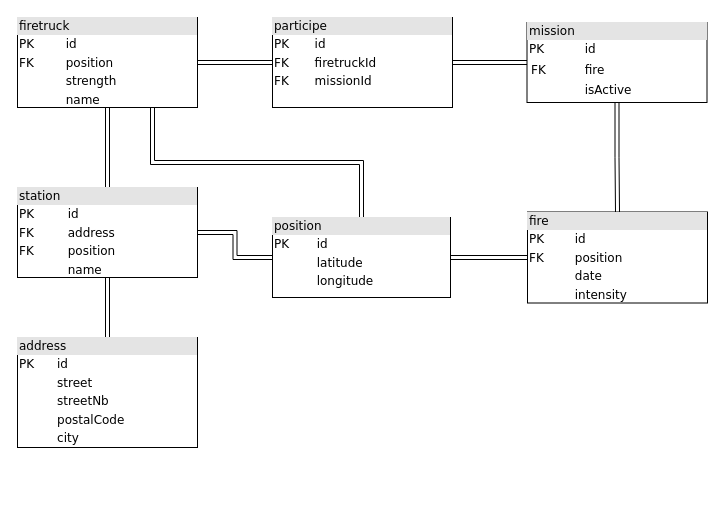
Before: docs/diagrams/diagramme_merise.drawio in saya-rbt/firecloud-monitor, a draw.io diagram. Source tidied: cells renumbered, new cells numbered last; positions are measured from the earlier drawing's top-left corner, leaving out a move shared by most shapes. Both pictures are drawn from the tidied source at 100%, with x=0, y=0 at pixel (17, 17).
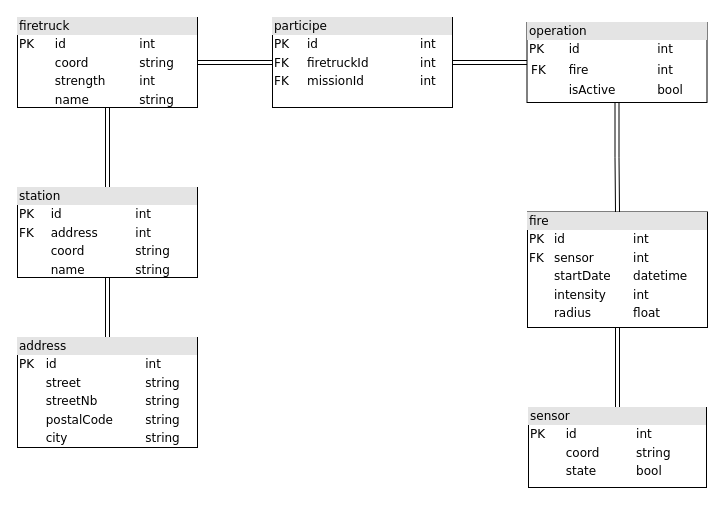
The same diagram, later.

Diff of the diagram source:
```diff
@@
 <mxGraphModel background="#ffffff">
   <root>
     <mxCell id="0" />
     <mxCell id="1" parent="0" />
     <mxCell id="2" style="edgeStyle=orthogonalEdgeStyle;shape=link;rounded=0;jettySize=auto;html=1;exitX=0.5;exitY=1;exitDx=0;exitDy=0;entryX=0.5;entryY=0;entryDx=0;entryDy=0;endArrow=none;endFill=0;" parent="1" edge="1" source="4" target="10">
       <mxGeometry relative="1" as="geometry" />
     </mxCell>
     <mxCell id="3" style="edgeStyle=orthogonalEdgeStyle;shape=link;rounded=0;jettySize=auto;html=1;exitX=1;exitY=0.5;exitDx=0;exitDy=0;entryX=0;entryY=0.5;entryDx=0;entryDy=0;endArrow=none;endFill=0;" parent="1" edge="1" source="4" target="16">
       <mxGeometry relative="1" as="geometry" />
     </mxCell>
-    <mxCell id="4" value="&lt;div style=&quot;box-sizing: border-box ; width: 100% ; background: #e4e4e4 ; padding: 2px&quot;&gt;firetruck&lt;br&gt;&lt;/div&gt;&lt;table style=&quot;width: 100% ; font-size: 1em&quot; cellspacing=&quot;0&quot; cellpadding=&quot;2&quot;&gt;&lt;tbody&gt;&lt;tr&gt;&lt;td&gt;PK&lt;/td&gt;&lt;td&gt;id&lt;/td&gt;&lt;/tr&gt;&lt;tr&gt;&lt;td&gt;FK&lt;/td&gt;&lt;td&gt;position&lt;/td&gt;&lt;/tr&gt;&lt;tr&gt;&lt;td&gt;&lt;br&gt;&lt;/td&gt;&lt;td&gt;strength&lt;/td&gt;&lt;/tr&gt;&lt;tr&gt;&lt;td&gt;&lt;br&gt;&lt;/td&gt;&lt;td&gt;name&lt;/td&gt;&lt;/tr&gt;&lt;/tbody&gt;&lt;/table&gt;" style="verticalAlign=top;align=left;overflow=fill;html=1;rounded=0;shadow=0;comic=0;labelBackgroundColor=none;strokeWidth=1;fontFamily=Verdana;fontSize=12;" parent="1" vertex="1">
+    <mxCell id="4" value="&lt;div style=&quot;box-sizing: border-box ; width: 100% ; background: #e4e4e4 ; padding: 2px&quot;&gt;firetruck&lt;br&gt;&lt;/div&gt;&lt;table style=&quot;width: 100% ; font-size: 1em&quot; cellspacing=&quot;0&quot; cellpadding=&quot;2&quot;&gt;&lt;tbody&gt;&lt;tr&gt;&lt;td&gt;PK&lt;/td&gt;&lt;td&gt;&lt;br&gt;&lt;/td&gt;&lt;td&gt;id&lt;/td&gt;&lt;td&gt;int&lt;/td&gt;&lt;/tr&gt;&lt;tr&gt;&lt;td&gt;&lt;br&gt;&lt;/td&gt;&lt;td&gt;&lt;br&gt;&lt;/td&gt;&lt;td&gt;coord&lt;/td&gt;&lt;td&gt;string&lt;/td&gt;&lt;/tr&gt;&lt;tr&gt;&lt;td&gt;&lt;br&gt;&lt;/td&gt;&lt;td&gt;&lt;br&gt;&lt;/td&gt;&lt;td&gt;strength&lt;/td&gt;&lt;td&gt;int&lt;/td&gt;&lt;/tr&gt;&lt;tr&gt;&lt;td&gt;&lt;br&gt;&lt;/td&gt;&lt;td&gt;&lt;br&gt;&lt;/td&gt;&lt;td&gt;name&lt;/td&gt;&lt;td&gt;string&lt;/td&gt;&lt;/tr&gt;&lt;/tbody&gt;&lt;/table&gt;" style="verticalAlign=top;align=left;overflow=fill;html=1;rounded=0;shadow=0;comic=0;labelBackgroundColor=none;strokeWidth=1;fontFamily=Verdana;fontSize=12;" parent="1" vertex="1">
       <mxGeometry width="180" height="90" as="geometry" />
     </mxCell>
     <mxCell id="5" style="edgeStyle=orthogonalEdgeStyle;shape=link;rounded=0;jettySize=auto;html=1;exitX=0.5;exitY=1;exitDx=0;exitDy=0;entryX=0.5;entryY=0;entryDx=0;entryDy=0;endArrow=none;endFill=0;" parent="1" edge="1" source="6" target="11">
       <mxGeometry relative="1" as="geometry" />
     </mxCell>
-    <mxCell id="6" value="&lt;div style=&quot;box-sizing: border-box ; width: 100% ; background: #e4e4e4 ; padding: 2px&quot;&gt;mission&lt;br&gt;&lt;/div&gt;&lt;table style=&quot;width: 100% ; font-size: 1em&quot; cellspacing=&quot;0&quot; cellpadding=&quot;2&quot;&gt;&lt;tbody&gt;&lt;tr&gt;&lt;td&gt;PK&lt;/td&gt;&lt;td&gt;id&lt;/td&gt;&lt;/tr&gt;&lt;tr&gt;&lt;td&gt;&lt;table cellspacing=&quot;0&quot; cellpadding=&quot;2&quot;&gt;&lt;tbody&gt;&lt;tr&gt;&lt;td&gt;FK&lt;/td&gt;&lt;/tr&gt;&lt;/tbody&gt;&lt;/table&gt;&lt;/td&gt;&lt;td&gt;fire&lt;/td&gt;&lt;/tr&gt;&lt;tr&gt;&lt;td&gt;&lt;br&gt;&lt;/td&gt;&lt;td&gt;isActive&lt;br&gt;&lt;/td&gt;&lt;/tr&gt;&lt;/tbody&gt;&lt;/table&gt;" style="verticalAlign=top;align=left;overflow=fill;html=1;rounded=0;shadow=0;comic=0;labelBackgroundColor=none;strokeWidth=1;fontFamily=Verdana;fontSize=12;" parent="1" vertex="1">
+    <mxCell id="6" value="&lt;div style=&quot;box-sizing: border-box ; width: 100% ; background: #e4e4e4 ; padding: 2px&quot;&gt;operation&lt;br&gt;&lt;/div&gt;&lt;table style=&quot;width: 100% ; font-size: 1em&quot; cellspacing=&quot;0&quot; cellpadding=&quot;2&quot;&gt;&lt;tbody&gt;&lt;tr&gt;&lt;td&gt;PK&lt;/td&gt;&lt;td&gt;id&lt;/td&gt;&lt;td&gt;int&lt;/td&gt;&lt;/tr&gt;&lt;tr&gt;&lt;td&gt;&lt;table cellspacing=&quot;0&quot; cellpadding=&quot;2&quot;&gt;&lt;tbody&gt;&lt;tr&gt;&lt;td&gt;FK&lt;/td&gt;&lt;/tr&gt;&lt;/tbody&gt;&lt;/table&gt;&lt;/td&gt;&lt;td&gt;fire&lt;/td&gt;&lt;td&gt;int&lt;/td&gt;&lt;/tr&gt;&lt;tr&gt;&lt;td&gt;&lt;br&gt;&lt;/td&gt;&lt;td&gt;isActive&lt;br&gt;&lt;/td&gt;&lt;td&gt;bool&lt;/td&gt;&lt;/tr&gt;&lt;/tbody&gt;&lt;/table&gt;" style="verticalAlign=top;align=left;overflow=fill;html=1;rounded=0;shadow=0;comic=0;labelBackgroundColor=none;strokeWidth=1;fontFamily=Verdana;fontSize=12;" parent="1" vertex="1">
       <mxGeometry x="509.5" y="5" width="180" height="80" as="geometry" />
     </mxCell>
     <mxCell id="7" style="edgeStyle=orthogonalEdgeStyle;shape=link;rounded=0;jettySize=auto;html=1;exitX=0.5;exitY=0;exitDx=0;exitDy=0;entryX=0.5;entryY=1;entryDx=0;entryDy=0;endArrow=none;endFill=0;" parent="1" edge="1" source="8" target="10">
       <mxGeometry relative="1" as="geometry" />
     </mxCell>
-    <mxCell id="8" value="&lt;div style=&quot;box-sizing: border-box ; width: 100% ; background: #e4e4e4 ; padding: 2px&quot;&gt;address&lt;br&gt;&lt;/div&gt;&lt;table style=&quot;width: 100% ; font-size: 1em&quot; cellspacing=&quot;0&quot; cellpadding=&quot;2&quot;&gt;&lt;tbody&gt;&lt;tr&gt;&lt;td&gt;PK&lt;/td&gt;&lt;td&gt;id&lt;/td&gt;&lt;/tr&gt;&lt;tr&gt;&lt;td&gt;&lt;br&gt;&lt;/td&gt;&lt;td&gt;street&lt;/td&gt;&lt;/tr&gt;&lt;tr&gt;&lt;td&gt;&lt;br&gt;&lt;/td&gt;&lt;td&gt;streetNb&lt;/td&gt;&lt;/tr&gt;&lt;tr&gt;&lt;td&gt;&lt;br&gt;&lt;/td&gt;&lt;td&gt;postalCode&lt;br&gt;&lt;/td&gt;&lt;/tr&gt;&lt;tr&gt;&lt;td&gt;&lt;br&gt;&lt;/td&gt;&lt;td&gt;city&lt;/td&gt;&lt;/tr&gt;&lt;/tbody&gt;&lt;/table&gt;" style="verticalAlign=top;align=left;overflow=fill;html=1;rounded=0;shadow=0;comic=0;labelBackgroundColor=none;strokeWidth=1;fontFamily=Verdana;fontSize=12;" parent="1" vertex="1">
+    <mxCell id="8" value="&lt;div style=&quot;box-sizing: border-box ; width: 100% ; background: #e4e4e4 ; padding: 2px&quot;&gt;address&lt;br&gt;&lt;/div&gt;&lt;table style=&quot;width: 100% ; font-size: 1em&quot; cellspacing=&quot;0&quot; cellpadding=&quot;2&quot;&gt;&lt;tbody&gt;&lt;tr&gt;&lt;td&gt;PK&lt;/td&gt;&lt;td&gt;id&lt;/td&gt;&lt;td&gt;int&lt;/td&gt;&lt;/tr&gt;&lt;tr&gt;&lt;td&gt;&lt;br&gt;&lt;/td&gt;&lt;td&gt;street&lt;/td&gt;&lt;td&gt;string&lt;/td&gt;&lt;/tr&gt;&lt;tr&gt;&lt;td&gt;&lt;br&gt;&lt;/td&gt;&lt;td&gt;streetNb&lt;/td&gt;&lt;td&gt;string&lt;/td&gt;&lt;/tr&gt;&lt;tr&gt;&lt;td&gt;&lt;br&gt;&lt;/td&gt;&lt;td&gt;postalCode&lt;br&gt;&lt;/td&gt;&lt;td&gt;string&lt;/td&gt;&lt;/tr&gt;&lt;tr&gt;&lt;td&gt;&lt;br&gt;&lt;/td&gt;&lt;td&gt;city&lt;/td&gt;&lt;td&gt;string&lt;/td&gt;&lt;/tr&gt;&lt;/tbody&gt;&lt;/table&gt;" style="verticalAlign=top;align=left;overflow=fill;html=1;rounded=0;shadow=0;comic=0;labelBackgroundColor=none;strokeWidth=1;fontFamily=Verdana;fontSize=12;" parent="1" vertex="1">
       <mxGeometry y="320" width="180" height="110" as="geometry" />
     </mxCell>
-    <mxCell id="9" style="edgeStyle=orthogonalEdgeStyle;rounded=0;jettySize=auto;html=1;exitX=1;exitY=0.5;exitDx=0;exitDy=0;entryX=0;entryY=0.5;entryDx=0;entryDy=0;shape=link;" parent="1" edge="1" source="10" target="14">
-      <mxGeometry relative="1" as="geometry" />
-    </mxCell>
-    <mxCell id="10" value="&lt;div style=&quot;box-sizing: border-box ; width: 100% ; background: #e4e4e4 ; padding: 2px&quot;&gt;station&lt;/div&gt;&lt;table style=&quot;width: 100% ; font-size: 1em&quot; cellspacing=&quot;0&quot; cellpadding=&quot;2&quot;&gt;&lt;tbody&gt;&lt;tr&gt;&lt;td&gt;PK&lt;/td&gt;&lt;td&gt;id&lt;/td&gt;&lt;/tr&gt;&lt;tr&gt;&lt;td&gt;FK&lt;/td&gt;&lt;td&gt;address&lt;/td&gt;&lt;/tr&gt;&lt;tr&gt;&lt;td&gt;FK&lt;/td&gt;&lt;td&gt;position&lt;/td&gt;&lt;/tr&gt;&lt;tr&gt;&lt;td&gt;&lt;br&gt;&lt;/td&gt;&lt;td&gt;name&lt;/td&gt;&lt;/tr&gt;&lt;/tbody&gt;&lt;/table&gt;" style="verticalAlign=top;align=left;overflow=fill;html=1;rounded=0;shadow=0;comic=0;labelBackgroundColor=none;strokeWidth=1;fontFamily=Verdana;fontSize=12;" parent="1" vertex="1">
+    <mxCell id="10" value="&lt;div style=&quot;box-sizing: border-box ; width: 100% ; background: #e4e4e4 ; padding: 2px&quot;&gt;station&lt;/div&gt;&lt;table style=&quot;width: 100% ; font-size: 1em&quot; cellspacing=&quot;0&quot; cellpadding=&quot;2&quot;&gt;&lt;tbody&gt;&lt;tr&gt;&lt;td&gt;PK&lt;/td&gt;&lt;td&gt;id&lt;/td&gt;&lt;td&gt;int&lt;/td&gt;&lt;/tr&gt;&lt;tr&gt;&lt;td&gt;FK&lt;/td&gt;&lt;td&gt;address&lt;/td&gt;&lt;td&gt;int&lt;/td&gt;&lt;/tr&gt;&lt;tr&gt;&lt;td&gt;&lt;br&gt;&lt;/td&gt;&lt;td&gt;coord&lt;/td&gt;&lt;td&gt;string&lt;/td&gt;&lt;/tr&gt;&lt;tr&gt;&lt;td&gt;&lt;br&gt;&lt;/td&gt;&lt;td&gt;name&lt;/td&gt;&lt;td&gt;string&lt;/td&gt;&lt;/tr&gt;&lt;/tbody&gt;&lt;/table&gt;" style="verticalAlign=top;align=left;overflow=fill;html=1;rounded=0;shadow=0;comic=0;labelBackgroundColor=none;strokeWidth=1;fontFamily=Verdana;fontSize=12;" parent="1" vertex="1">
       <mxGeometry y="170" width="180" height="90" as="geometry" />
     </mxCell>
-    <mxCell id="11" value="&lt;div style=&quot;box-sizing: border-box ; width: 100% ; background: #e4e4e4 ; padding: 2px&quot;&gt;fire&lt;/div&gt;&lt;table style=&quot;width: 100% ; font-size: 1em&quot; cellspacing=&quot;0&quot; cellpadding=&quot;2&quot;&gt;&lt;tbody&gt;&lt;tr&gt;&lt;td&gt;PK&lt;/td&gt;&lt;td&gt;id&lt;/td&gt;&lt;/tr&gt;&lt;tr&gt;&lt;td&gt;FK&lt;br&gt;&lt;/td&gt;&lt;td&gt;position&lt;br&gt;&lt;/td&gt;&lt;/tr&gt;&lt;tr&gt;&lt;td&gt;&lt;br&gt;&lt;/td&gt;&lt;td&gt;date&lt;br&gt;&lt;/td&gt;&lt;/tr&gt;&lt;tr&gt;&lt;td&gt;&lt;br&gt;&lt;/td&gt;&lt;td&gt;intensity&lt;/td&gt;&lt;/tr&gt;&lt;/tbody&gt;&lt;/table&gt;" style="verticalAlign=top;align=left;overflow=fill;html=1;rounded=0;shadow=0;comic=0;labelBackgroundColor=none;strokeWidth=1;fontFamily=Verdana;fontSize=12;" parent="1" vertex="1">
-      <mxGeometry x="510" y="194.5" width="180" height="91" as="geometry" />
+    <mxCell id="11" value="&lt;div style=&quot;box-sizing: border-box ; width: 100% ; background: #e4e4e4 ; padding: 2px&quot;&gt;fire&lt;/div&gt;&lt;table style=&quot;width: 100% ; font-size: 1em&quot; cellspacing=&quot;0&quot; cellpadding=&quot;2&quot;&gt;&lt;tbody&gt;&lt;tr&gt;&lt;td&gt;PK&lt;/td&gt;&lt;td&gt;id&lt;/td&gt;&lt;td&gt;int&lt;/td&gt;&lt;/tr&gt;&lt;tr&gt;&lt;td&gt;FK&lt;br&gt;&lt;/td&gt;&lt;td&gt;sensor&lt;/td&gt;&lt;td&gt;int&lt;/td&gt;&lt;/tr&gt;&lt;tr&gt;&lt;td&gt;&lt;br&gt;&lt;/td&gt;&lt;td&gt;startDate&lt;br&gt;&lt;/td&gt;&lt;td&gt;datetime&lt;/td&gt;&lt;/tr&gt;&lt;tr&gt;&lt;td&gt;&lt;br&gt;&lt;/td&gt;&lt;td&gt;intensity&lt;/td&gt;&lt;td&gt;int&lt;/td&gt;&lt;/tr&gt;&lt;tr&gt;&lt;td&gt;&lt;br&gt;&lt;/td&gt;&lt;td&gt;radius&lt;/td&gt;&lt;td&gt;float&lt;/td&gt;&lt;/tr&gt;&lt;/tbody&gt;&lt;/table&gt;" style="verticalAlign=top;align=left;overflow=fill;html=1;rounded=0;shadow=0;comic=0;labelBackgroundColor=none;strokeWidth=1;fontFamily=Verdana;fontSize=12;" parent="1" vertex="1">
+      <mxGeometry x="510" y="194.5" width="180" height="115.5" as="geometry" />
     </mxCell>
-    <mxCell id="12" style="edgeStyle=orthogonalEdgeStyle;shape=link;rounded=0;jettySize=auto;html=1;exitX=0.5;exitY=0;exitDx=0;exitDy=0;entryX=0.75;entryY=1;entryDx=0;entryDy=0;endArrow=none;endFill=0;" parent="1" edge="1" source="14" target="4">
-      <mxGeometry relative="1" as="geometry" />
-    </mxCell>
-    <mxCell id="13" style="edgeStyle=orthogonalEdgeStyle;shape=link;rounded=0;jettySize=auto;html=1;exitX=1;exitY=0.5;exitDx=0;exitDy=0;entryX=0;entryY=0.5;entryDx=0;entryDy=0;endArrow=none;endFill=0;" parent="1" edge="1" source="14" target="11">
-      <mxGeometry relative="1" as="geometry" />
-    </mxCell>
-    <mxCell id="14" value="&lt;div style=&quot;box-sizing: border-box ; width: 100% ; background: #e4e4e4 ; padding: 2px&quot;&gt;position&lt;/div&gt;&lt;table style=&quot;width: 100% ; font-size: 1em&quot; cellspacing=&quot;0&quot; cellpadding=&quot;2&quot;&gt;&lt;tbody&gt;&lt;tr&gt;&lt;td&gt;PK&lt;br&gt;&lt;/td&gt;&lt;td&gt;id&lt;/td&gt;&lt;/tr&gt;&lt;tr&gt;&lt;td&gt;&lt;br&gt;&lt;/td&gt;&lt;td&gt;latitude&lt;/td&gt;&lt;/tr&gt;&lt;tr&gt;&lt;td&gt;&lt;br&gt;&lt;/td&gt;&lt;td&gt;longitude&lt;/td&gt;&lt;/tr&gt;&lt;/tbody&gt;&lt;/table&gt;" style="verticalAlign=top;align=left;overflow=fill;html=1;rounded=0;shadow=0;comic=0;labelBackgroundColor=none;strokeWidth=1;fontFamily=Verdana;fontSize=12;" parent="1" vertex="1">
-      <mxGeometry x="255" y="200" width="178" height="80" as="geometry" />
-    </mxCell>
     <mxCell id="15" style="edgeStyle=orthogonalEdgeStyle;shape=link;rounded=0;jettySize=auto;html=1;exitX=1;exitY=0.5;exitDx=0;exitDy=0;entryX=0;entryY=0.5;entryDx=0;entryDy=0;endArrow=none;endFill=0;" parent="1" edge="1" source="16" target="6">
       <mxGeometry relative="1" as="geometry" />
     </mxCell>
-    <mxCell id="16" value="&lt;div style=&quot;box-sizing: border-box ; width: 100% ; background: #e4e4e4 ; padding: 2px&quot;&gt;participe&lt;br&gt;&lt;/div&gt;&lt;table style=&quot;width: 100% ; font-size: 1em&quot; cellspacing=&quot;0&quot; cellpadding=&quot;2&quot;&gt;&lt;tbody&gt;&lt;tr&gt;&lt;td&gt;PK&lt;/td&gt;&lt;td&gt;id&lt;/td&gt;&lt;/tr&gt;&lt;tr&gt;&lt;td&gt;FK&lt;/td&gt;&lt;td&gt;firetruckId&lt;/td&gt;&lt;/tr&gt;&lt;tr&gt;&lt;td&gt;FK&lt;/td&gt;&lt;td&gt;missionId&lt;/td&gt;&lt;/tr&gt;&lt;/tbody&gt;&lt;/table&gt;" style="verticalAlign=top;align=left;overflow=fill;html=1;rounded=0;shadow=0;comic=0;labelBackgroundColor=none;strokeWidth=1;fontFamily=Verdana;fontSize=12;" parent="1" vertex="1">
+    <mxCell id="16" value="&lt;div style=&quot;box-sizing: border-box ; width: 100% ; background: #e4e4e4 ; padding: 2px&quot;&gt;participe&lt;br&gt;&lt;/div&gt;&lt;table style=&quot;width: 100% ; font-size: 1em&quot; cellspacing=&quot;0&quot; cellpadding=&quot;2&quot;&gt;&lt;tbody&gt;&lt;tr&gt;&lt;td&gt;PK&lt;/td&gt;&lt;td&gt;id&lt;/td&gt;&lt;td&gt;int&lt;/td&gt;&lt;/tr&gt;&lt;tr&gt;&lt;td&gt;FK&lt;/td&gt;&lt;td&gt;firetruckId&lt;/td&gt;&lt;td&gt;int&lt;/td&gt;&lt;/tr&gt;&lt;tr&gt;&lt;td&gt;FK&lt;/td&gt;&lt;td&gt;missionId&lt;/td&gt;&lt;td&gt;int&lt;/td&gt;&lt;/tr&gt;&lt;/tbody&gt;&lt;/table&gt;" style="verticalAlign=top;align=left;overflow=fill;html=1;rounded=0;shadow=0;comic=0;labelBackgroundColor=none;strokeWidth=1;fontFamily=Verdana;fontSize=12;" parent="1" vertex="1">
       <mxGeometry x="255" width="180" height="90" as="geometry" />
     </mxCell>
+    <mxCell id="17" style="edgeStyle=orthogonalEdgeStyle;shape=link;rounded=0;jettySize=auto;html=1;entryX=0.5;entryY=1;entryDx=0;entryDy=0;" parent="1" edge="1" source="18" target="11">
+      <mxGeometry relative="1" as="geometry" />
+    </mxCell>
+    <mxCell id="18" value="&lt;div style=&quot;box-sizing: border-box ; width: 100% ; background: #e4e4e4 ; padding: 2px&quot;&gt;sensor&lt;/div&gt;&lt;table style=&quot;width: 100% ; font-size: 1em&quot; cellspacing=&quot;0&quot; cellpadding=&quot;2&quot;&gt;&lt;tbody&gt;&lt;tr&gt;&lt;td&gt;PK&lt;br&gt;&lt;/td&gt;&lt;td&gt;id&lt;/td&gt;&lt;td&gt;int&lt;/td&gt;&lt;/tr&gt;&lt;tr&gt;&lt;td&gt;&lt;/td&gt;&lt;td&gt;coord&lt;/td&gt;&lt;td&gt;string&lt;/td&gt;&lt;/tr&gt;&lt;tr&gt;&lt;td&gt;&lt;br&gt;&lt;/td&gt;&lt;td&gt;state&lt;/td&gt;&lt;td&gt;bool&lt;/td&gt;&lt;/tr&gt;&lt;/tbody&gt;&lt;/table&gt;" style="verticalAlign=top;align=left;overflow=fill;html=1;rounded=0;shadow=0;comic=0;labelBackgroundColor=none;strokeWidth=1;fontFamily=Verdana;fontSize=12;" parent="1" vertex="1">
+      <mxGeometry x="511" y="390" width="178" height="80" as="geometry" />
+    </mxCell>
   </root>
 </mxGraphModel>
```
